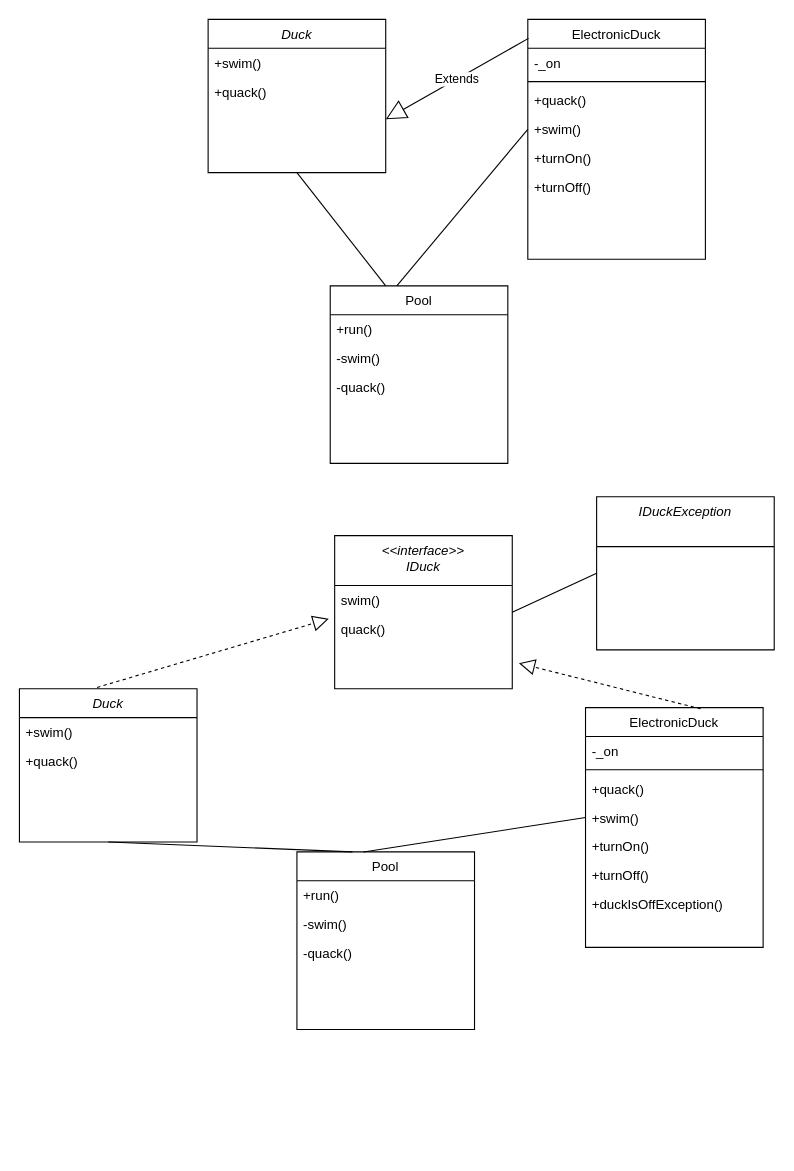
The draw.io diagram LSP/diagLSP.drawio in SarahBenabdallah/SOLID, before the edit. Source tidied: cells renumbered, new cells numbered last; positions are measured from the earlier drawing's top-left corner, leaving out a move shared by most shapes. Both pictures are drawn from the tidied source at 111%, with x=0, y=0 at pixel (19, 19).
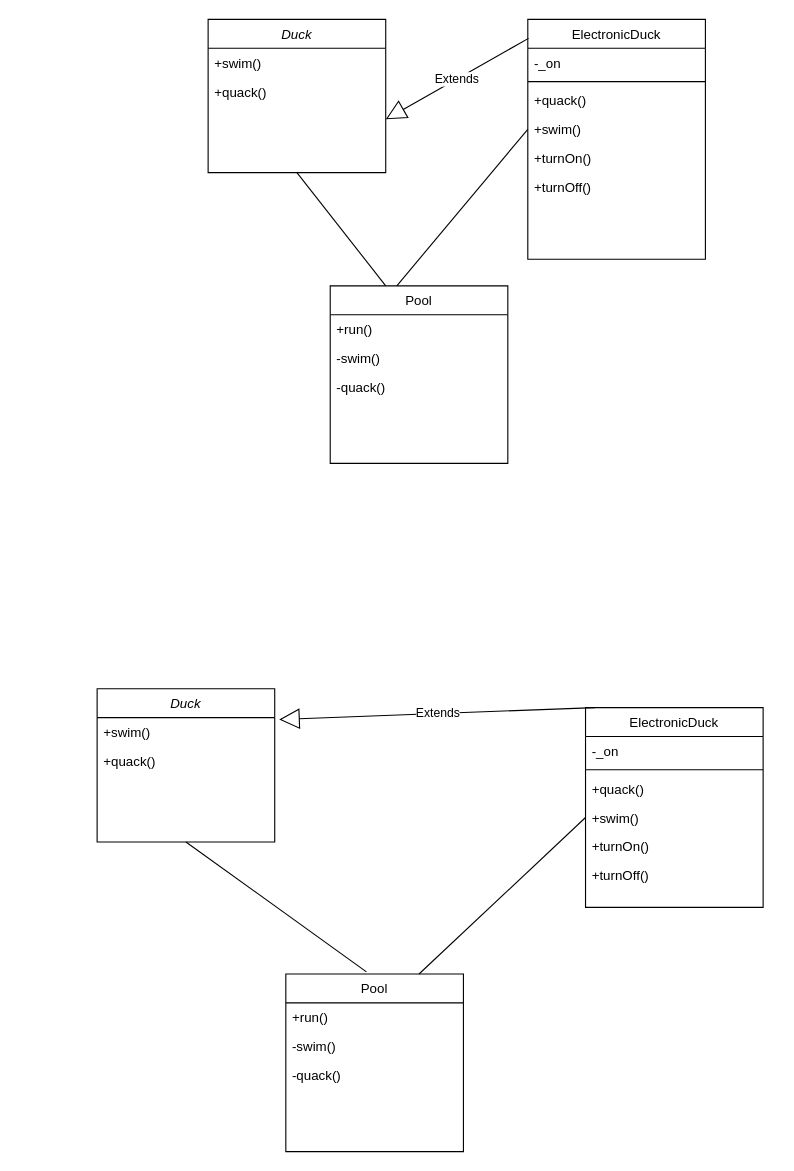
Above is the later version.

The change refers to these unchanged cells:
```xml
<mxCell id="30" value="+swim()" style="text;align=left;verticalAlign=top;spacingLeft=4;spacingRight=4;overflow=hidden;points=[[0,0.5],[1,0.5]];portConstraint=eastwest;" parent="26" vertex="1">
  <mxGeometry y="86" width="160" height="26" as="geometry" />
</mxCell>
```

Change to the diagram source:
```diff
@@
     <mxCell id="19" value="Duck" style="swimlane;fontStyle=2;align=center;verticalAlign=top;horizontal=1;startSize=26;rounded=0;shadow=0;strokeWidth=1;" parent="1" vertex="1">
-      <mxGeometry y="603" width="160" height="138" as="geometry" />
+      <mxGeometry x="70" y="603" width="160" height="138" as="geometry" />
     </mxCell>
-    <mxCell id="20" value="+swim()" style="text;align=left;verticalAlign=top;spacingLeft=4;spacingRight=4;overflow=hidden;points=[[0,0.5],[1,0.5]];portConstraint=eastwest;" parent="19" vertex="1">
+    <mxCell id="20" value="+swim() " style="text;align=left;verticalAlign=top;spacingLeft=4;spacingRight=4;overflow=hidden;points=[[0,0.5],[1,0.5]];portConstraint=eastwest;" parent="19" vertex="1">
       <mxGeometry y="26" width="160" height="26" as="geometry" />
     </mxCell>
@@
     <mxCell id="22" value="Pool" style="swimlane;fontStyle=0;align=center;verticalAlign=top;horizontal=1;startSize=26;rounded=0;shadow=0;strokeWidth=1;" parent="1" vertex="1">
-      <mxGeometry x="250" y="750" width="160" height="160" as="geometry" />
+      <mxGeometry x="240" y="860" width="160" height="160" as="geometry" />
     </mxCell>
@@
     <mxCell id="26" value="ElectronicDuck" style="swimlane;fontStyle=0;align=center;verticalAlign=top;horizontal=1;startSize=26;rounded=0;shadow=0;strokeWidth=1;" parent="1" vertex="1">
-      <mxGeometry x="510" y="620" width="160" height="216" as="geometry" />
+      <mxGeometry x="510" y="620" width="160" height="180" as="geometry" />
     </mxCell>
@@
-    <mxCell id="33" value="+duckIsOffException()" style="text;align=left;verticalAlign=top;spacingLeft=4;spacingRight=4;overflow=hidden;" parent="26" vertex="1">
-      <mxGeometry y="164" width="160" height="26" as="geometry" />
-    </mxCell>
-    <mxCell id="34" style="endArrow=none;html=1;rounded=0;entryX=0.5;entryY=1;entryDx=0;entryDy=0;" parent="1" edge="1" target="19">
-      <mxGeometry relative="1" as="geometry">
-        <mxPoint x="300" y="750" as="sourcePoint" />
-      </mxGeometry>
+    <mxCell id="34" style="endArrow=none;html=1;rounded=0;entryX=0.5;entryY=1;entryDx=0;entryDy=0;exitX=0.454;exitY=-0.012;exitDx=0;exitDy=0;exitPerimeter=0;" parent="1" edge="1" source="22" target="19">
+      <mxGeometry relative="1" as="geometry" />
     </mxCell>
-    <mxCell id="35" style="endArrow=none;html=1;rounded=0;entryX=0;entryY=0.5;entryDx=0;entryDy=0;" parent="1" edge="1" target="30">
-      <mxGeometry relative="1" as="geometry">
-        <mxPoint x="310" y="750" as="sourcePoint" />
-      </mxGeometry>
+    <mxCell id="35" style="endArrow=none;html=1;rounded=0;entryX=0;entryY=0.5;entryDx=0;entryDy=0;exitX=0.75;exitY=0;exitDx=0;exitDy=0;" parent="1" edge="1" source="22" target="30">
+      <mxGeometry relative="1" as="geometry" />
     </mxCell>
-    <mxCell id="36" value="&lt;&lt;interface&gt;&gt;&#10;IDuck" style="swimlane;fontStyle=2;align=center;verticalAlign=top;horizontal=1;startSize=45;rounded=0;shadow=0;strokeWidth=1;" parent="1" vertex="1">
-      <mxGeometry x="284" y="465" width="160" height="138" as="geometry" />
-    </mxCell>
-    <mxCell id="37" value="swim()" style="text;align=left;verticalAlign=top;spacingLeft=4;spacingRight=4;overflow=hidden;" parent="36" vertex="1">
-      <mxGeometry y="45" width="160" height="26" as="geometry" />
-    </mxCell>
-    <mxCell id="38" value="quack()" style="text;align=left;verticalAlign=top;spacingLeft=4;spacingRight=4;overflow=hidden;points=[[0,0.5],[1,0.5]];portConstraint=eastwest;rounded=0;shadow=0;html=0;" parent="36" vertex="1">
-      <mxGeometry y="71" width="160" height="26" as="geometry" />
-    </mxCell>
-    <mxCell id="39" style="endArrow=block;dashed=1;endFill=0;endSize=12;html=1;rounded=0;entryX=-0.033;entryY=0.154;entryDx=0;entryDy=0;entryPerimeter=0;" parent="1" edge="1" target="38">
-      <mxGeometry relative="1" as="geometry">
-        <mxPoint x="70" y="601.8" as="sourcePoint" />
-      </mxGeometry>
-    </mxCell>
-    <mxCell id="40" style="endArrow=block;dashed=1;endFill=0;endSize=12;html=1;rounded=0;exitX=0.648;exitY=0.005;exitDx=0;exitDy=0;exitPerimeter=0;" parent="1" edge="1" source="26">
-      <mxGeometry relative="1" as="geometry">
-        <mxPoint x="450" y="580" as="targetPoint" />
-      </mxGeometry>
-    </mxCell>
-    <mxCell id="41" value="IDuckException" style="swimlane;fontStyle=2;align=center;verticalAlign=top;horizontal=1;startSize=45;rounded=0;shadow=0;strokeWidth=1;" parent="1" vertex="1">
-      <mxGeometry x="520" y="430" width="160" height="138" as="geometry" />
-    </mxCell>
-    <mxCell id="42" style="endArrow=none;html=1;rounded=0;entryX=0;entryY=0.5;entryDx=0;entryDy=0;exitX=1;exitY=0.5;exitDx=0;exitDy=0;" parent="1" edge="1" source="36" target="41">
-      <mxGeometry relative="1" as="geometry" />
-    </mxCell>
+    <mxCell id="43" value="Extends" style="endArrow=block;endSize=16;endFill=0;html=1;rounded=0;exitX=0.004;exitY=0.079;exitDx=0;exitDy=0;exitPerimeter=0;entryX=1.025;entryY=0.064;entryDx=0;entryDy=0;entryPerimeter=0;" parent="1" edge="1" target="20">
+      <mxGeometry relative="1" as="geometry">
+        <mxPoint x="518.6" y="620" as="sourcePoint" />
+      </mxGeometry>
+    </mxCell>
```
